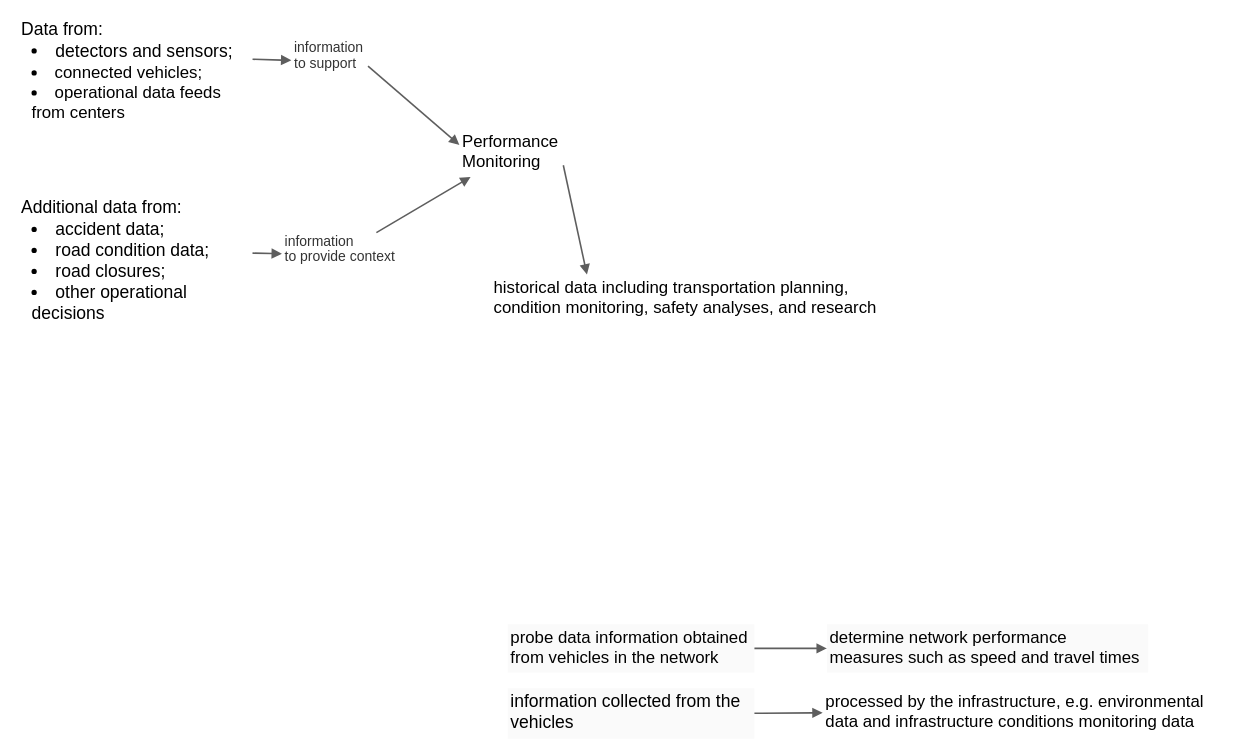
This is test.drawio from nyculescu/uml_draws, a draw.io file, before an edit. Source tidied: cells renumbered, new cells numbered last; positions are measured from the earlier drawing's top-left corner, leaving out a move shared by most shapes. Both pictures are drawn from the tidied source at 105%, with x=0, y=0 at pixel (18, 18).
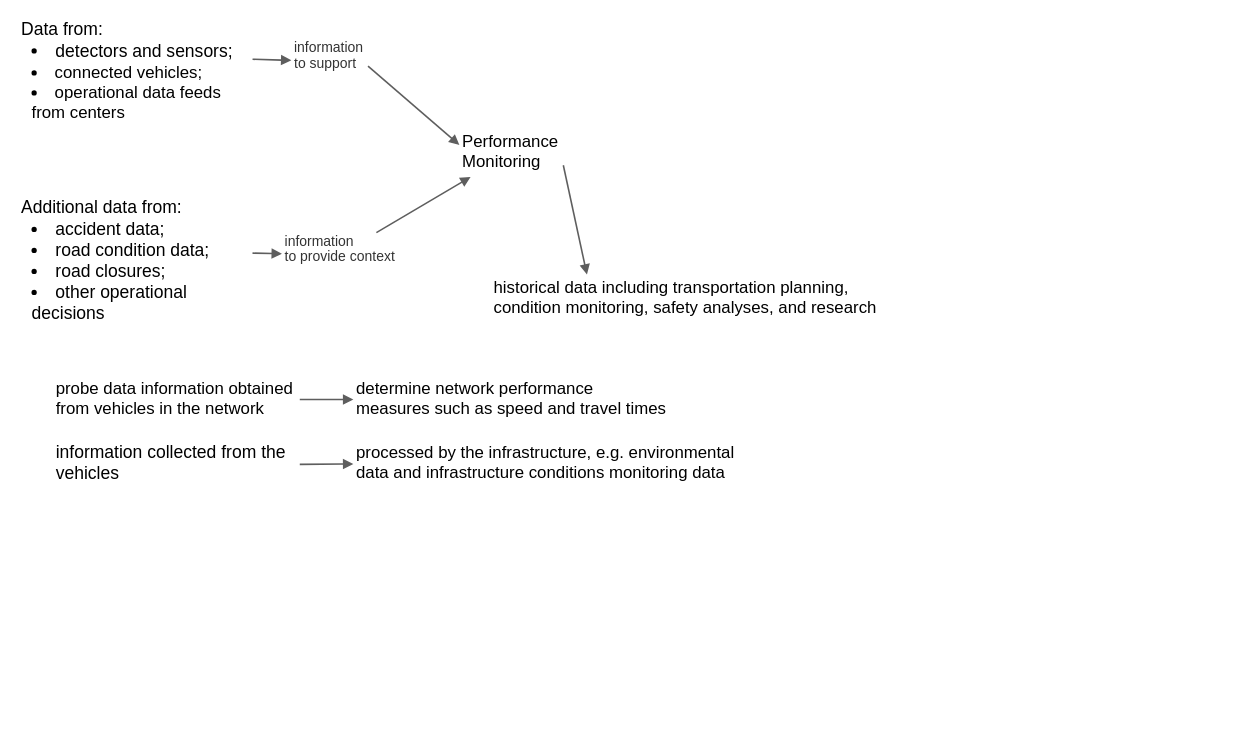
The same diagram, later.

What changed in the source:
```diff
@@
 <mxGraphModel>
   <root>
     <mxCell id="0" />
     <mxCell id="1" parent="0" />
     <mxCell id="2" value="&lt;div style=&quot;display: flex; justify-content: flex-start; text-align: left; align-items: baseline; font-size: 0; line-height: 1.25;margin-top: -2px;&quot;&gt;&lt;span&gt;&lt;span style=&quot;font-size:16.7px;color:#000000;&quot;&gt;Data from:&#10;&lt;/span&gt;&lt;/span&gt;&lt;/div&gt;&lt;ul style=&quot;margin: 0px; padding-left: 10px;list-style-position: inside; list-style-type:disc&quot;&gt;&lt;li style=&quot;text-align:left;color:#000000;font-size:16.7px;&quot;&gt;&lt;span style=&quot;margin-left: 0px;margin-top: -2px;&quot;&gt;&lt;span style=&quot;font-size:16.7px;color:#000000;&quot;&gt;detectors and sensors;&lt;/span&gt;&lt;/span&gt;&lt;/li&gt;&lt;li style=&quot;text-align:left;color:#000000;font-size:16px;&quot;&gt;&lt;span style=&quot;margin-left: 0px;margin-top: -2px;&quot;&gt;&lt;span style=&quot;font-size:13px;color:#000000;&quot;&gt;&lt;span style=&quot;font-size:16px;color:#000000;&quot;&gt;connected vehicles;&lt;/span&gt;&lt;/span&gt;&lt;/span&gt;&lt;/li&gt;&lt;li style=&quot;text-align:left;color:#000000;font-size:16px;&quot;&gt;&lt;span style=&quot;margin-left: 0px;margin-top: -2px;&quot;&gt;&lt;span style=&quot;font-size:16px;color:#000000;&quot;&gt;operational data feeds from centers&lt;/span&gt;&lt;/span&gt;&lt;/li&gt;&lt;/ul&gt;" style="html=1;overflow=block;blockSpacing=1;whiteSpace=wrap;fontSize=13;align=left;spacing=3.8;verticalAlign=top;strokeColor=none;fillOpacity=100;fillColor=none;strokeWidth=0;lucidId=_QgUcoLPHOwQ;" parent="1" vertex="1">
       <mxGeometry width="223" height="105" as="geometry" />
     </mxCell>
     <mxCell id="3" value="Performance&#10;Monitoring" style="html=1;overflow=block;blockSpacing=1;whiteSpace=wrap;fontSize=16;fontColor=default;align=left;spacing=3.8;verticalAlign=top;strokeColor=none;fillOpacity=100;fillColor=none;strokeWidth=0;lucidId=rTgUIsVSYfn.;" parent="1" vertex="1">
       <mxGeometry x="420" y="105" width="99" height="46" as="geometry" />
     </mxCell>
     <mxCell id="4" value="historical data including transportation planning, condition monitoring, safety analyses, and research" style="html=1;overflow=block;blockSpacing=1;whiteSpace=wrap;fontSize=16;fontColor=default;align=left;spacing=3.8;verticalAlign=top;strokeColor=none;fillOpacity=100;fillColor=none;strokeWidth=0;lucidId=RTgU5cvCFU41;" parent="1" vertex="1">
       <mxGeometry x="450" y="244" width="375" height="46" as="geometry" />
     </mxCell>
     <mxCell id="5" value="&lt;div style=&quot;display: flex; justify-content: flex-start; text-align: left; align-items: baseline; font-size: 0; line-height: 1.25;margin-top: -2px;&quot;&gt;&lt;span&gt;&lt;span style=&quot;font-size:16.7px;color:#000000;&quot;&gt;Additional data from: &#10;&lt;/span&gt;&lt;/span&gt;&lt;/div&gt;&lt;ul style=&quot;margin: 0px; padding-left: 10px;list-style-position: inside; list-style-type:disc&quot;&gt;&lt;li style=&quot;text-align:left;color:#000000;font-size:16.7px;&quot;&gt;&lt;span style=&quot;margin-left: 0px;margin-top: -2px;&quot;&gt;&lt;span style=&quot;font-size:16.7px;color:#000000;&quot;&gt;accident data;&lt;/span&gt;&lt;/span&gt;&lt;/li&gt;&lt;li style=&quot;text-align:left;color:#000000;font-size:16.7px;&quot;&gt;&lt;span style=&quot;margin-left: 0px;margin-top: -2px;&quot;&gt;&lt;span style=&quot;font-size:16.7px;color:#000000;&quot;&gt;road condition data;&lt;/span&gt;&lt;/span&gt;&lt;/li&gt;&lt;li style=&quot;text-align:left;color:#000000;font-size:16.7px;&quot;&gt;&lt;span style=&quot;margin-left: 0px;margin-top: -2px;&quot;&gt;&lt;span style=&quot;font-size:16.7px;color:#000000;&quot;&gt;road closures;&lt;/span&gt;&lt;/span&gt;&lt;/li&gt;&lt;li style=&quot;text-align:left;color:#000000;font-size:16.7px;&quot;&gt;&lt;span style=&quot;margin-left: 0px;margin-top: -2px;&quot;&gt;&lt;span style=&quot;font-size:16.7px;color:#000000;&quot;&gt;other operational decisions&lt;/span&gt;&lt;/span&gt;&lt;/li&gt;&lt;/ul&gt;" style="html=1;overflow=block;blockSpacing=1;whiteSpace=wrap;fontSize=13;align=left;spacing=3.8;verticalAlign=top;strokeColor=none;fillOpacity=100;fillColor=none;strokeWidth=0;lucidId=EUgUkxcItkF_;" parent="1" vertex="1">
       <mxGeometry y="170" width="223" height="108" as="geometry" />
     </mxCell>
     <mxCell id="6" style="html=1;jettySize=18;whiteSpace=wrap;fontSize=13;strokeColor=#5E5E5E;strokeWidth=1.5;rounded=0;startArrow=none;endArrow=block;endFill=1;exitX=1;exitY=0.758;exitPerimeter=0;entryX=0.244;entryY=0;entryPerimeter=0;lucidId=sWgUim-EBDGg;" parent="1" edge="1" source="3" target="4">
       <mxGeometry relative="1" as="geometry" />
     </mxCell>
     <mxCell id="7" style="html=1;jettySize=18;whiteSpace=wrap;fontSize=13;strokeColor=#5E5E5E;strokeWidth=1.5;rounded=0;startArrow=none;endArrow=block;endFill=1;exitX=1;exitY=0.496;exitPerimeter=0;entryX=0;entryY=0.505;entryPerimeter=0;lucidId=xWgUzvADoMYj;" parent="1" edge="1" source="5" target="12">
       <mxGeometry relative="1" as="geometry" />
     </mxCell>
     <mxCell id="8" style="html=1;jettySize=18;whiteSpace=wrap;fontSize=13;strokeColor=#5E5E5E;strokeWidth=1.5;rounded=0;startArrow=none;endArrow=block;endFill=1;exitX=1;exitY=0.371;exitPerimeter=0;entryX=0;entryY=0.5;entryPerimeter=0;lucidId=yZgUfU.D24RM;" parent="1" edge="1" source="2" target="10">
       <mxGeometry relative="1" as="geometry" />
     </mxCell>
-    <mxCell id="9" value="probe data information obtained from vehicles in the network" style="html=1;overflow=block;blockSpacing=1;whiteSpace=wrap;fontSize=16;fontColor=default;align=left;spacing=3.8;verticalAlign=top;strokeColor=none;fillOpacity=100;fillColor=#fafafa;strokeWidth=0;lucidId=e2gUqYonG3LM;" parent="1" vertex="1">
-      <mxGeometry x="466" y="577" width="235" height="46" as="geometry" />
+    <mxCell id="9" value="probe data information obtained from vehicles in the network" style="html=1;overflow=block;blockSpacing=1;whiteSpace=wrap;fontSize=16;fontColor=default;align=left;spacing=3.8;verticalAlign=top;strokeColor=none;fillOpacity=100;fillColor=none;strokeWidth=0;lucidId=e2gUqYonG3LM;" parent="1" vertex="1">
+      <mxGeometry x="33" y="340" width="235" height="46" as="geometry" />
     </mxCell>
     <mxCell id="10" value="&lt;div style=&quot;display: flex; justify-content: flex-start; text-align: left; align-items: baseline; font-size: 0; line-height: 1.25;margin-top: -2px;&quot;&gt;&lt;span&gt;&lt;span style=&quot;font-size:13.3px;color:#333333;&quot;&gt;information&#10;&lt;/span&gt;&lt;/span&gt;&lt;/div&gt;&lt;div style=&quot;display: flex; justify-content: flex-start; text-align: left; align-items: baseline; font-size: 0; line-height: 1.25;margin-top: -2px;&quot;&gt;&lt;span&gt;&lt;span style=&quot;font-size:13.3px;color:#333333;&quot;&gt;to support&lt;/span&gt;&lt;/span&gt;&lt;/div&gt;" style="html=1;overflow=block;blockSpacing=1;whiteSpace=wrap;fontSize=13;align=left;spacing=3.8;verticalAlign=top;strokeColor=none;fillOpacity=0;fillColor=#ffffff;strokeWidth=0;lucidId=r2gUvU_KWVw2;" parent="1" vertex="1">
       <mxGeometry x="260" y="20" width="73" height="40" as="geometry" />
     </mxCell>
     <mxCell id="11" style="html=1;jettySize=18;whiteSpace=wrap;fontSize=13;strokeColor=#5E5E5E;strokeWidth=1.5;rounded=0;startArrow=none;endArrow=block;endFill=1;exitX=1;exitY=0.639;exitPerimeter=0;entryX=0;entryY=0.338;entryPerimeter=0;lucidId=V2gUwx6A~95z;" parent="1" edge="1" source="10" target="3">
       <mxGeometry relative="1" as="geometry" />
     </mxCell>
     <mxCell id="12" value="&lt;div style=&quot;display: flex; justify-content: flex-start; text-align: left; align-items: baseline; font-size: 0; line-height: 1.25;margin-top: -2px;&quot;&gt;&lt;span&gt;&lt;span style=&quot;font-size:13.3px;color:#333333;&quot;&gt;information&#10;&lt;/span&gt;&lt;/span&gt;&lt;/div&gt;&lt;div style=&quot;display: flex; justify-content: flex-start; text-align: left; align-items: baseline; font-size: 0; line-height: 1.25;margin-top: -2px;&quot;&gt;&lt;span&gt;&lt;span style=&quot;font-size:13.3px;color:#333333;&quot;&gt;to provide context&lt;/span&gt;&lt;/span&gt;&lt;/div&gt;" style="html=1;overflow=block;blockSpacing=1;whiteSpace=wrap;fontSize=13;align=left;spacing=3.8;verticalAlign=top;strokeColor=none;fillOpacity=0;fillColor=#ffffff;strokeWidth=0;lucidId=12gUu.kQD7m7;" parent="1" vertex="1">
       <mxGeometry x="251" y="204" width="113" height="40" as="geometry" />
     </mxCell>
     <mxCell id="13" style="html=1;jettySize=18;whiteSpace=wrap;fontSize=13;strokeColor=#5E5E5E;strokeWidth=1.5;rounded=0;startArrow=none;endArrow=block;endFill=1;exitX=0.796;exitY=0;exitPerimeter=0;entryX=0.108;entryY=1;entryPerimeter=0;lucidId=72gU6NpuvXQm;" parent="1" edge="1" source="12" target="3">
       <mxGeometry relative="1" as="geometry" />
     </mxCell>
-    <mxCell id="14" value="determine network performance measures such as speed and travel times" style="html=1;overflow=block;blockSpacing=1;whiteSpace=wrap;fontSize=16;fontColor=default;align=left;spacing=3.8;verticalAlign=top;strokeColor=none;fillOpacity=100;fillColor=#fafafa;strokeWidth=0;lucidId=03gUnxff-myh;" parent="1" vertex="1">
-      <mxGeometry x="770" y="577" width="306" height="46" as="geometry" />
+    <mxCell id="14" value="determine network performance measures such as speed and travel times" style="html=1;overflow=block;blockSpacing=1;whiteSpace=wrap;fontSize=16;fontColor=default;align=left;spacing=3.8;verticalAlign=top;strokeColor=none;fillOpacity=100;fillColor=none;strokeWidth=0;lucidId=03gUnxff-myh;" parent="1" vertex="1">
+      <mxGeometry x="319" y="340" width="306" height="46" as="geometry" />
     </mxCell>
     <mxCell id="15" style="html=1;jettySize=18;whiteSpace=wrap;fontSize=13;strokeColor=#5E5E5E;strokeWidth=1.5;rounded=0;startArrow=none;endArrow=block;endFill=1;exitX=1;exitY=0.5;exitPerimeter=0;entryX=0;entryY=0.5;entryPerimeter=0;lucidId=e4gU0tdIhWGQ;" parent="1" edge="1" source="9" target="14">
       <mxGeometry relative="1" as="geometry" />
     </mxCell>
-    <mxCell id="16" value="information collected from the vehicles" style="html=1;overflow=block;blockSpacing=1;whiteSpace=wrap;fontSize=16.7;fontColor=default;align=left;spacing=3.8;verticalAlign=top;strokeColor=none;fillOpacity=100;fillColor=#fafafa;strokeWidth=0;lucidId=G4gUEJNLzEh2;" parent="1" vertex="1">
-      <mxGeometry x="466" y="638" width="235" height="48" as="geometry" />
+    <mxCell id="16" value="information collected from the vehicles" style="html=1;overflow=block;blockSpacing=1;whiteSpace=wrap;fontSize=16.7;fontColor=default;align=left;spacing=3.8;verticalAlign=top;strokeColor=none;fillOpacity=100;fillColor=none;strokeWidth=0;lucidId=G4gUEJNLzEh2;" parent="1" vertex="1">
+      <mxGeometry x="33" y="401" width="235" height="48" as="geometry" />
     </mxCell>
-    <mxCell id="17" value="processed by the infrastructure, e.g. environmental data and infrastructure conditions monitoring data" style="html=1;overflow=block;blockSpacing=1;whiteSpace=wrap;fontSize=16;fontColor=default;align=left;spacing=3.8;verticalAlign=top;strokeColor=none;fillOpacity=0;fillColor=#ffffff;strokeWidth=0;lucidId=34gU-igpAu1y;" parent="1" vertex="1">
-      <mxGeometry x="766" y="638" width="375" height="46" as="geometry" />
+    <mxCell id="17" value="processed by the infrastructure, e.g. environmental data and infrastructure conditions monitoring data" style="html=1;overflow=block;blockSpacing=1;whiteSpace=wrap;fontSize=16;fontColor=default;align=left;spacing=3.8;verticalAlign=top;strokeColor=none;fillOpacity=0;fillColor=none;strokeWidth=0;lucidId=34gU-igpAu1y;" parent="1" vertex="1">
+      <mxGeometry x="319" y="401" width="375" height="46" as="geometry" />
     </mxCell>
     <mxCell id="18" style="html=1;jettySize=18;whiteSpace=wrap;fontSize=13;strokeColor=#5E5E5E;strokeWidth=1.5;rounded=0;startArrow=none;endArrow=block;endFill=1;exitX=1;exitY=0.495;exitPerimeter=0;entryX=0;entryY=0.509;entryPerimeter=0;lucidId=_4gUNslse3HC;" parent="1" edge="1" source="16" target="17">
       <mxGeometry relative="1" as="geometry" />
     </mxCell>
   </root>
 </mxGraphModel>
```
